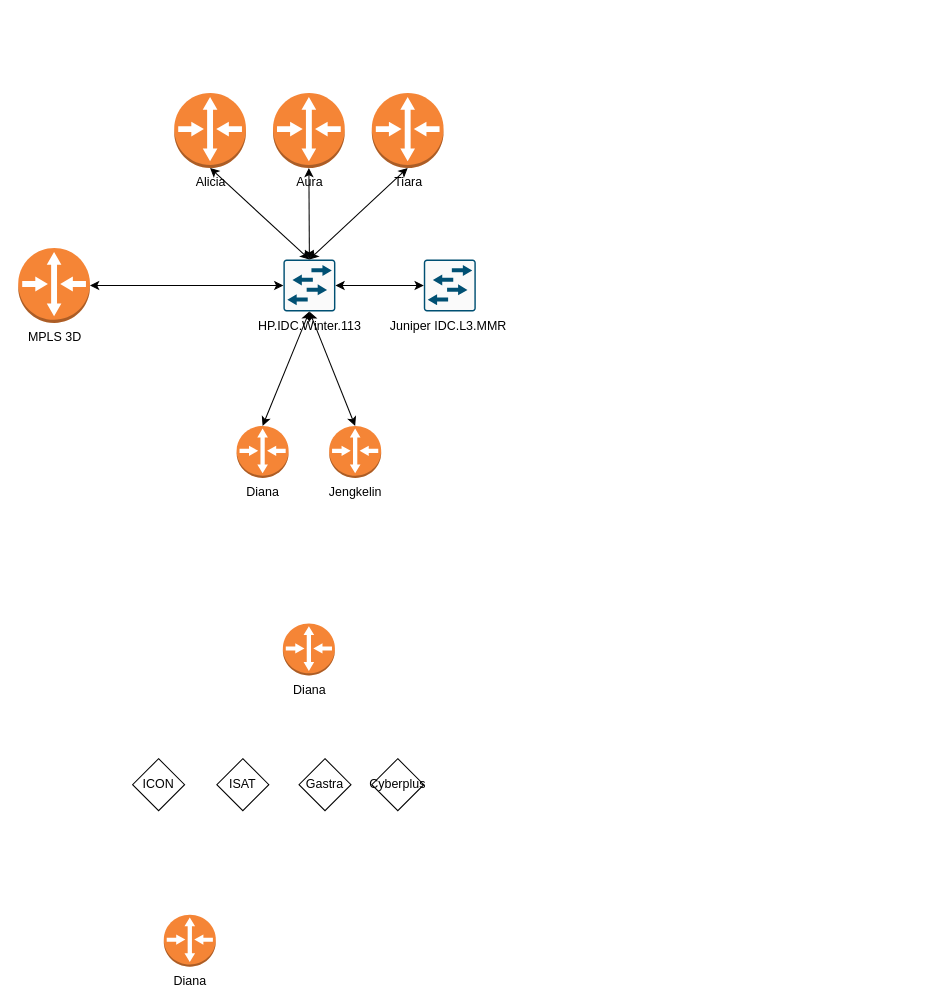
Before: POP.3D.IDC.drawio in akbar12109/akbar12109.github.io, a draw.io diagram. Source tidied: cells renumbered, new cells numbered last; positions are measured from the earlier drawing's top-left corner, leaving out a move shared by most shapes. Both pictures are drawn from the tidied source at 104%, with x=0, y=0 at pixel (18, 93).
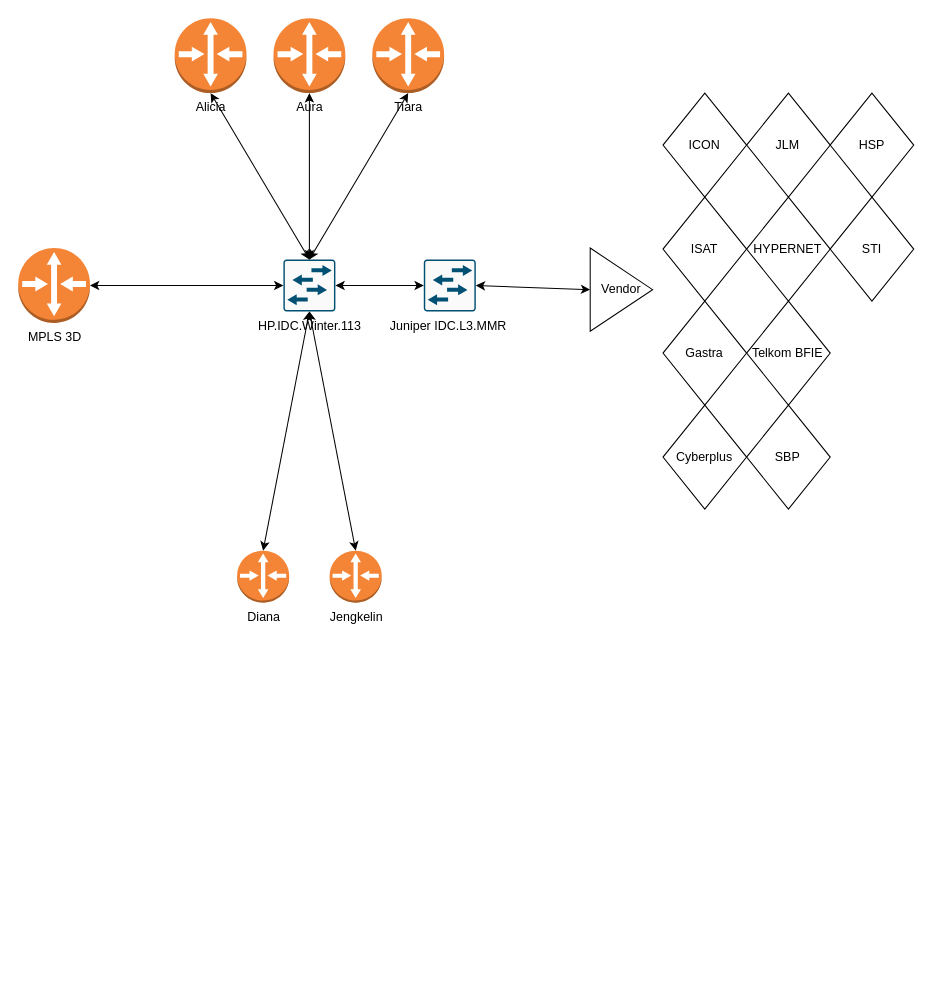
The same diagram, later.

The change refers to these unchanged cells:
```xml
<mxCell id="4" value="Juniper IDC.L3.MMR&amp;nbsp; " style="sketch=0;points=[[0.015,0.015,0],[0.985,0.015,0],[0.985,0.985,0],[0.015,0.985,0],[0.25,0,0],[0.5,0,0],[0.75,0,0],[1,0.25,0],[1,0.5,0],[1,0.75,0],[0.75,1,0],[0.5,1,0],[0.25,1,0],[0,0.75,0],[0,0.5,0],[0,0.25,0]];verticalLabelPosition=bottom;html=1;verticalAlign=top;align=center;shape=mxgraph.cisco19.rect;prIcon=l2_switch;fillColor=#FAFAFA;strokeColor=#005073;" parent="1" vertex="1">
  <mxGeometry x="390" y="160" width="50" height="50" as="geometry" />
</mxCell>
```

Change to the diagram source:
```diff
@@
     <mxCell id="5" value="Alicia" style="outlineConnect=0;dashed=0;verticalLabelPosition=bottom;verticalAlign=top;align=center;html=1;shape=mxgraph.aws3.router;fillColor=#F58536;gradientColor=none;" parent="1" vertex="1">
-      <mxGeometry x="150" width="69" height="72" as="geometry" />
+      <mxGeometry x="150.5" y="-72" width="69" height="72" as="geometry" />
     </mxCell>
     <mxCell id="6" value="Aura" style="outlineConnect=0;dashed=0;verticalLabelPosition=bottom;verticalAlign=top;align=center;html=1;shape=mxgraph.aws3.router;fillColor=#F58536;gradientColor=none;" parent="1" vertex="1">
-      <mxGeometry x="245" width="69" height="72" as="geometry" />
+      <mxGeometry x="245.5" y="-72" width="69" height="72" as="geometry" />
     </mxCell>
     <mxCell id="7" value="Diana" style="outlineConnect=0;dashed=0;verticalLabelPosition=bottom;verticalAlign=top;align=center;html=1;shape=mxgraph.aws3.router;fillColor=#F58536;gradientColor=none;" parent="1" vertex="1">
-      <mxGeometry x="210" y="320" width="50" height="50" as="geometry" />
+      <mxGeometry x="210.5" y="440" width="50" height="50" as="geometry" />
     </mxCell>
     <mxCell id="8" value="Jengkelin" style="outlineConnect=0;dashed=0;verticalLabelPosition=bottom;verticalAlign=top;align=center;html=1;shape=mxgraph.aws3.router;fillColor=#F58536;gradientColor=none;" parent="1" vertex="1">
-      <mxGeometry x="299" y="320" width="50" height="50" as="geometry" />
+      <mxGeometry x="299.5" y="440" width="50" height="50" as="geometry" />
     </mxCell>
@@
     <mxCell id="12" value="Tiara" style="outlineConnect=0;dashed=0;verticalLabelPosition=bottom;verticalAlign=top;align=center;html=1;shape=mxgraph.aws3.router;fillColor=#F58536;gradientColor=none;" parent="1" vertex="1">
-      <mxGeometry x="340" width="69" height="72" as="geometry" />
+      <mxGeometry x="340.5" y="-72" width="69" height="72" as="geometry" />
     </mxCell>
@@
-    <mxCell id="17" value="Diana" style="dashed=0;verticalLabelPosition=bottom;verticalAlign=top;align=center;html=1;shape=mxgraph.aws3.router;fillColor=#F58536;gradientColor=none;" parent="1" vertex="1">
-      <mxGeometry x="254.5" y="510" width="50" height="50" as="geometry" />
-    </mxCell>
-    <mxCell id="18" value="Diana" style="dashed=0;verticalLabelPosition=bottom;verticalAlign=top;align=center;html=1;shape=mxgraph.aws3.router;fillColor=#F58536;gradientColor=none;" parent="1" vertex="1">
-      <mxGeometry x="140" y="790" width="50" height="50" as="geometry" />
-    </mxCell>
-    <mxCell id="19" value="ICON" style="rhombus;whiteSpace=wrap;html=1;" parent="1" vertex="1">
-      <mxGeometry x="110" y="640" width="50" height="50" as="geometry" />
-    </mxCell>
+    <mxCell id="23" value="Vendor" style="triangle;whiteSpace=wrap;html=1;" parent="1" vertex="1">
+      <mxGeometry x="550" y="149" width="60" height="80" as="geometry" />
+    </mxCell>
+    <mxCell id="24" style="endArrow=classic;startArrow=classic;html=1;rounded=0;exitX=1;exitY=0.5;exitDx=0;exitDy=0;exitPerimeter=0;entryX=0;entryY=0.5;entryDx=0;entryDy=0;" parent="1" edge="1" source="4" target="23">
+      <mxGeometry relative="1" as="geometry" />
+    </mxCell>
+    <mxCell id="25" style="group;" parent="1" vertex="1">
+      <mxGeometry x="620" width="241.1" height="400" as="geometry" />
+    </mxCell>
-    <mxCell id="20" value="ISAT" style="rhombus;whiteSpace=wrap;html=1;" parent="1" vertex="1">
-      <mxGeometry x="191" y="640" width="50" height="50" as="geometry" />
+    <mxCell id="20" value="ISAT" style="rhombus;whiteSpace=wrap;html=1;" parent="25" vertex="1">
+      <mxGeometry y="100" width="80.4" height="100" as="geometry" />
     </mxCell>
-    <mxCell id="21" value="Gastra" style="rhombus;whiteSpace=wrap;html=1;" parent="1" vertex="1">
-      <mxGeometry x="270" y="640" width="50" height="50" as="geometry" />
+    <mxCell id="21" value="Gastra" style="rhombus;whiteSpace=wrap;html=1;" parent="25" vertex="1">
+      <mxGeometry y="200" width="80.4" height="100" as="geometry" />
     </mxCell>
-    <mxCell id="22" value="Cyberplus" style="rhombus;whiteSpace=wrap;html=1;" parent="1" vertex="1">
-      <mxGeometry x="340" y="640" width="50" height="50" as="geometry" />
+    <mxCell id="22" value="Cyberplus" style="rhombus;whiteSpace=wrap;html=1;" parent="25" vertex="1">
+      <mxGeometry y="300" width="80.4" height="100" as="geometry" />
     </mxCell>
+    <mxCell id="19" value="ICON" style="rhombus;whiteSpace=wrap;html=1;" parent="25" vertex="1">
+      <mxGeometry width="80.4" height="100" as="geometry" />
+    </mxCell>
+    <mxCell id="26" value="JLM" style="rhombus;whiteSpace=wrap;html=1;" parent="25" vertex="1">
+      <mxGeometry x="80.4" width="80.4" height="100" as="geometry" />
+    </mxCell>
+    <mxCell id="27" value="HYPERNET" style="rhombus;whiteSpace=wrap;html=1;" parent="25" vertex="1">
+      <mxGeometry x="80.4" y="100" width="80.4" height="100" as="geometry" />
+    </mxCell>
+    <mxCell id="28" value="Telkom BFIE" style="rhombus;whiteSpace=wrap;html=1;" parent="25" vertex="1">
+      <mxGeometry x="80.4" y="200" width="80.4" height="100" as="geometry" />
+    </mxCell>
+    <mxCell id="29" value="SBP" style="rhombus;whiteSpace=wrap;html=1;" parent="25" vertex="1">
+      <mxGeometry x="80.4" y="300" width="80.4" height="100" as="geometry" />
+    </mxCell>
+    <mxCell id="30" value="HSP" style="rhombus;whiteSpace=wrap;html=1;" parent="25" vertex="1">
+      <mxGeometry x="160.7" width="80.4" height="100" as="geometry" />
+    </mxCell>
+    <mxCell id="31" value="STI" style="rhombus;whiteSpace=wrap;html=1;" parent="25" vertex="1">
+      <mxGeometry x="160.7" y="100" width="80.4" height="100" as="geometry" />
+    </mxCell>
```
